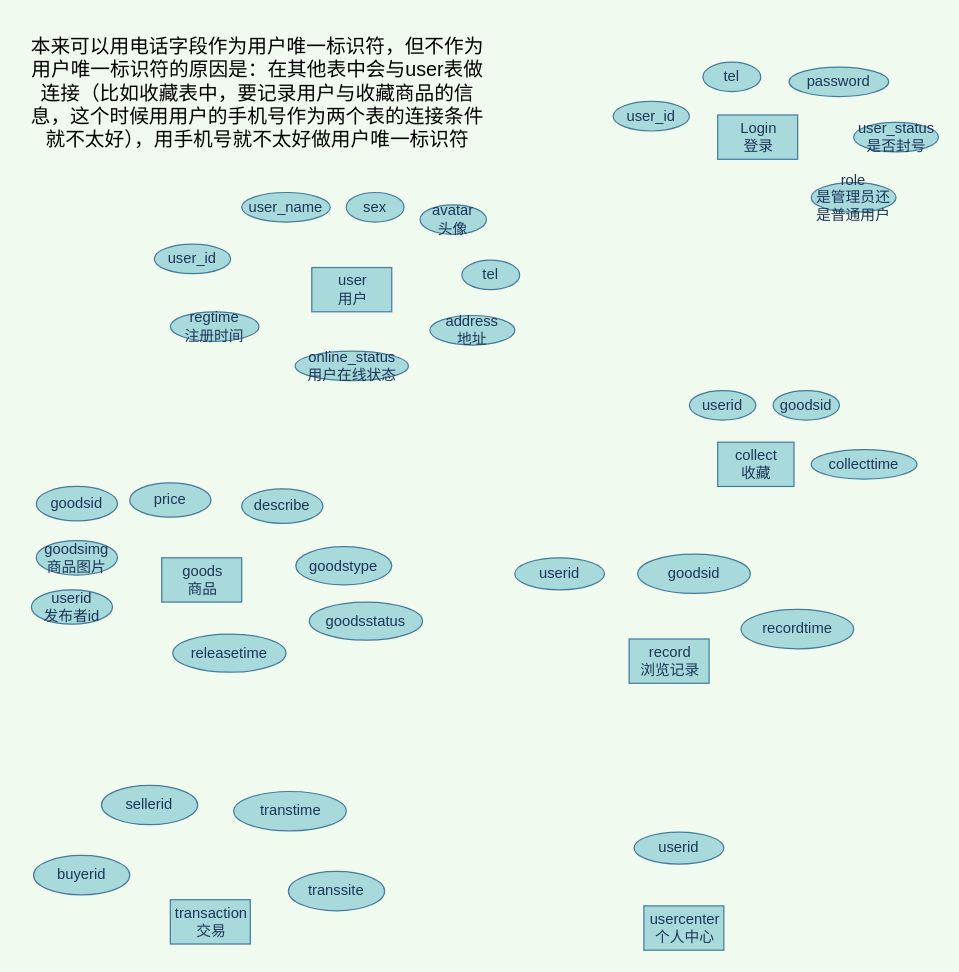
200928/image keeps this draw.io diagram as 跳蚤市场数据库ER图.drawio. Above is the earlier version. Source tidied: cells renumbered, new cells numbered last; positions are measured from the earlier drawing's top-left corner, leaving out a move shared by most shapes. Both pictures are drawn from the tidied source at 123%, with x=0, y=0 at pixel (21, 21).
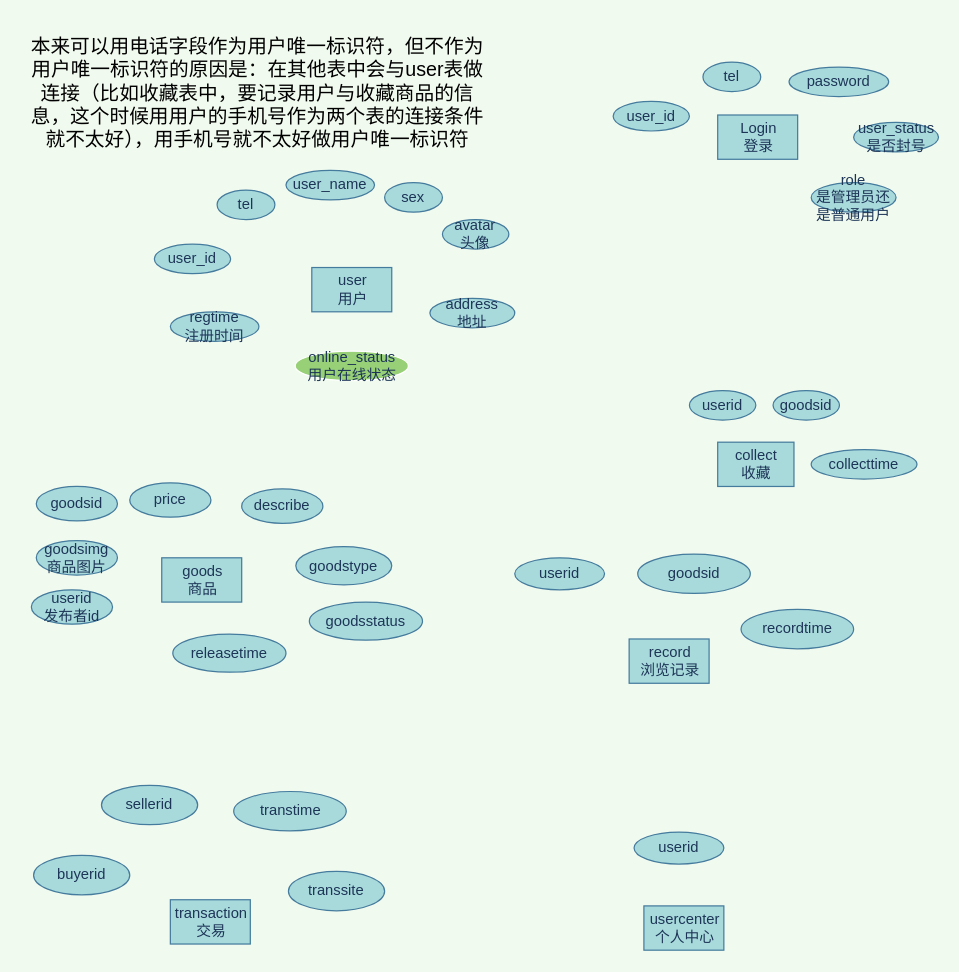
The same diagram, later.

Commit message:
更新跳蚤市场数据库ER图.drawio

The edit, as a diff of the source:
```diff
@@
     <mxCell id="5" value="user_name" style="ellipse;whiteSpace=wrap;html=1;rounded=0;sketch=0;fontColor=#1D3557;strokeColor=#457B9D;fillColor=#A8DADC;" parent="1" vertex="1">
-      <mxGeometry x="179" y="139" width="72" height="24" as="geometry" />
+      <mxGeometry x="215" y="121" width="72" height="24" as="geometry" />
     </mxCell>
     <mxCell id="6" value="tel" style="ellipse;whiteSpace=wrap;html=1;rounded=0;sketch=0;fontColor=#1D3557;strokeColor=#457B9D;fillColor=#A8DADC;" parent="1" vertex="1">
-      <mxGeometry x="358" y="194" width="47" height="24" as="geometry" />
+      <mxGeometry x="159" y="137" width="47" height="24" as="geometry" />
     </mxCell>
     <mxCell id="7" value="address&lt;br&gt;地址" style="ellipse;whiteSpace=wrap;html=1;rounded=0;sketch=0;fontColor=#1D3557;strokeColor=#457B9D;fillColor=#A8DADC;" parent="1" vertex="1">
-      <mxGeometry x="332" y="239" width="69" height="24" as="geometry" />
+      <mxGeometry x="332" y="225" width="69" height="24" as="geometry" />
     </mxCell>
     <mxCell id="8" value="sex" style="ellipse;whiteSpace=wrap;html=1;rounded=0;sketch=0;fontColor=#1D3557;strokeColor=#457B9D;fillColor=#A8DADC;" parent="1" vertex="1">
-      <mxGeometry x="264" y="139" width="47" height="24" as="geometry" />
+      <mxGeometry x="295.2" y="131" width="47" height="24" as="geometry" />
     </mxCell>
     <mxCell id="9" value="avatar&lt;br&gt;头像" style="ellipse;whiteSpace=wrap;html=1;rounded=0;sketch=0;fontColor=#1D3557;strokeColor=#457B9D;fillColor=#A8DADC;" parent="1" vertex="1">
-      <mxGeometry x="324" y="149" width="54" height="24" as="geometry" />
+      <mxGeometry x="342.2" y="161" width="54" height="24" as="geometry" />
     </mxCell>
@@
-    <mxCell id="11" value="online_status&lt;br&gt;用户在线状态" style="ellipse;whiteSpace=wrap;html=1;rounded=0;sketch=0;fontColor=#1D3557;strokeColor=#457B9D;fillColor=#A8DADC;" parent="1" vertex="1">
+    <mxCell id="11" value="online_status&lt;br&gt;用户在线状态" style="ellipse;whiteSpace=wrap;html=1;rounded=0;sketch=0;fontColor=#1D3557;strokeColor=#FFFFFF;fillColor=#97D077;" parent="1" vertex="1">
       <mxGeometry x="222.5" y="268" width="92" height="24" as="geometry" />
     </mxCell>
```
